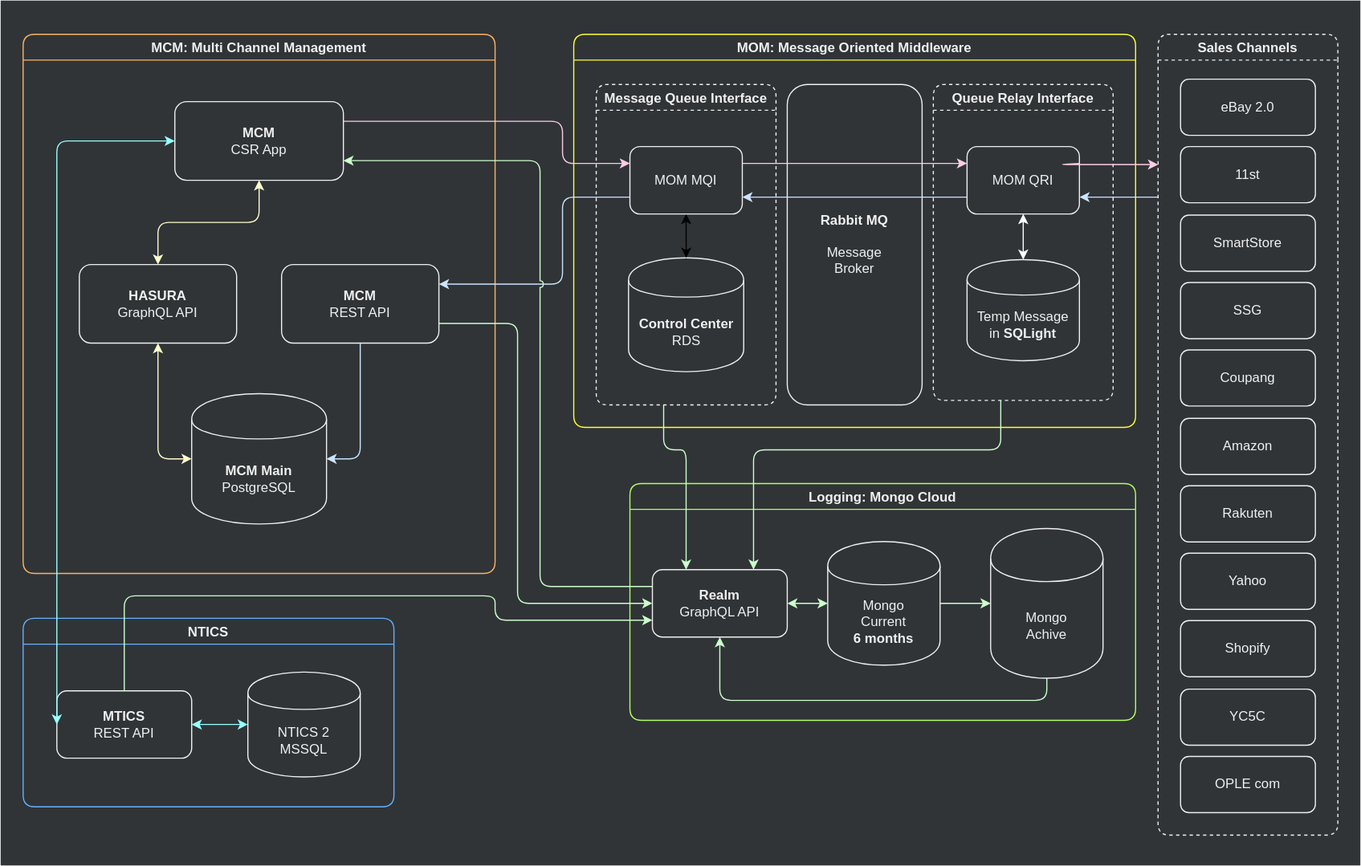
Earlier version of the draw.io export assets/.draw.io/documents/geclio2-mcm-service.svg (jiholee-ntwglobal/jiholee-ntwglobal.github.io). Source tidied: cells renumbered, new cells last; positions are measured from the earlier drawing's top-left corner, leaving out a move shared by most shapes.
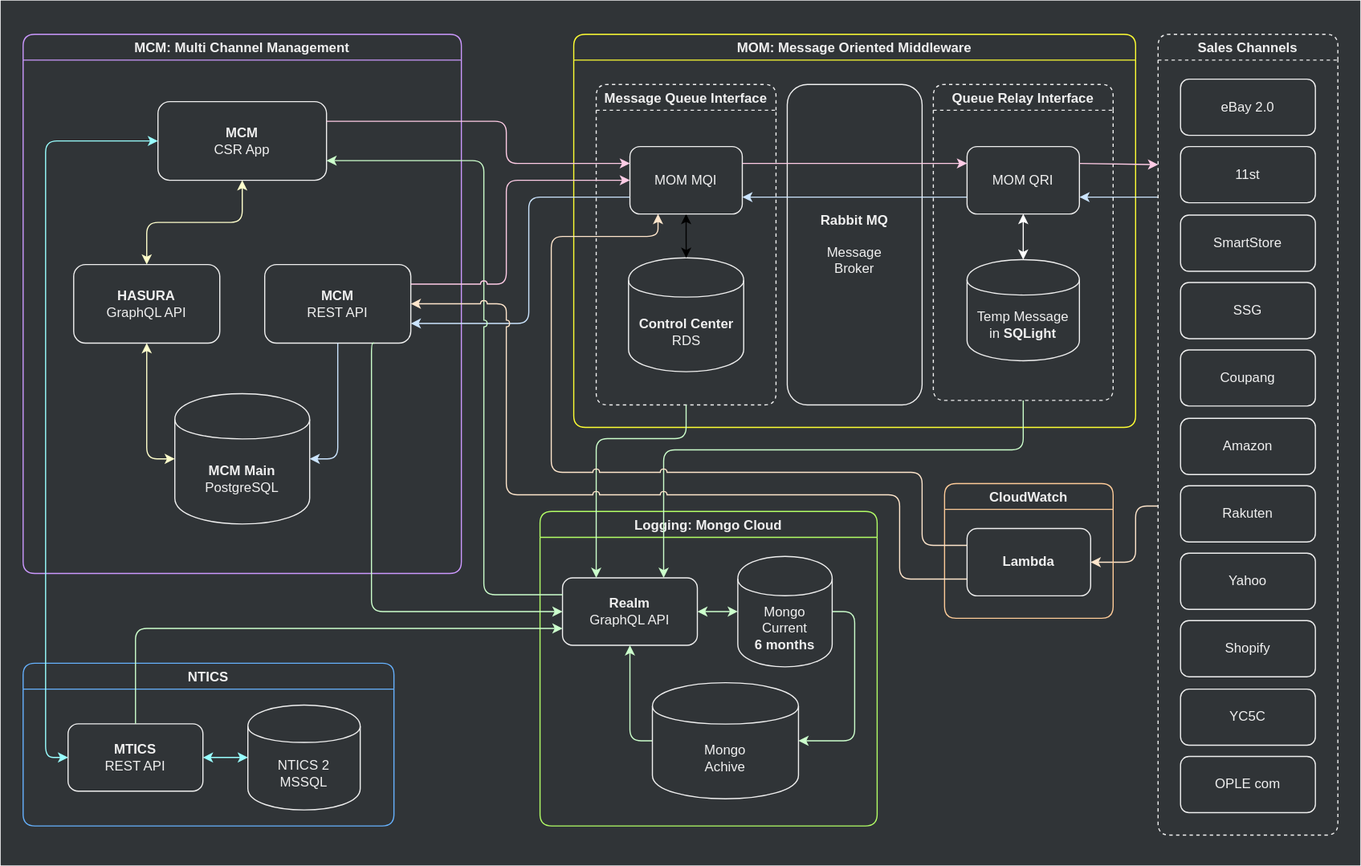
Above is the later version.

What changed in the source:
```diff
@@ -6,29 +6,29 @@
       <mxGeometry width="1210" height="770" as="geometry" />
     </mxCell>
     <mxCell id="3" value="Foreground" parent="0" />
-    <mxCell id="4" value="MCM: Multi Channel Management" style="swimlane;rounded=1;fillColor=none;fontColor=#F0F0F0;strokeColor=#FFB366;" parent="3" vertex="1">
-      <mxGeometry x="20" y="30" width="420" height="480" as="geometry" />
+    <mxCell id="4" value="MCM: Multi Channel Management" style="swimlane;rounded=1;fillColor=none;fontColor=#F0F0F0;strokeColor=#CC99FF;" parent="3" vertex="1">
+      <mxGeometry x="20" y="30" width="390" height="480" as="geometry" />
     </mxCell>
     <mxCell id="5" value="&lt;b&gt;MCM Main&lt;/b&gt;&lt;br&gt;PostgreSQL" style="shape=cylinder;whiteSpace=wrap;html=1;boundedLbl=1;backgroundOutline=1;fillColor=none;fontColor=#F0F0F0;strokeColor=#F0F0F0;" parent="4" vertex="1">
-      <mxGeometry x="150" y="320" width="120" height="116" as="geometry" />
+      <mxGeometry x="135" y="320" width="120" height="116" as="geometry" />
     </mxCell>
     <mxCell id="6" value="&lt;b&gt;MCM &lt;/b&gt;&lt;br&gt;REST API" style="rounded=1;whiteSpace=wrap;html=1;fillColor=none;fontColor=#F0F0F0;strokeColor=#F0F0F0;" parent="4" vertex="1">
-      <mxGeometry x="230" y="205" width="140" height="70" as="geometry" />
+      <mxGeometry x="215" y="205" width="130" height="70" as="geometry" />
     </mxCell>
     <mxCell id="7" style="edgeStyle=orthogonalEdgeStyle;rounded=1;jettySize=auto;html=1;entryX=0;entryY=0.5;entryDx=0;entryDy=0;strokeColor=#FFFFCC;startArrow=classic;startFill=1;jumpStyle=arc;exitX=0.5;exitY=1;exitDx=0;exitDy=0;" parent="4" edge="1" source="11" target="5">
       <mxGeometry relative="1" as="geometry">
         <Array as="points">
-          <mxPoint x="120" y="378" />
+          <mxPoint x="110" y="378" />
         </Array>
       </mxGeometry>
     </mxCell>
     <mxCell id="8" value="&lt;b&gt;MCM&lt;br&gt;&lt;/b&gt;CSR App" style="rounded=1;whiteSpace=wrap;html=1;fillColor=none;fontColor=#F0F0F0;strokeColor=#F0F0F0;" parent="4" vertex="1">
-      <mxGeometry x="135" y="60" width="150" height="70" as="geometry" />
+      <mxGeometry x="120" y="60" width="150" height="70" as="geometry" />
     </mxCell>
     <mxCell id="9" style="edgeStyle=orthogonalEdgeStyle;rounded=1;jettySize=auto;html=1;strokeColor=#CCE5FF;jumpStyle=arc;entryX=1;entryY=0.5;entryDx=0;entryDy=0;exitX=0.5;exitY=1;exitDx=0;exitDy=0;" parent="4" edge="1" source="6" target="5">
       <mxGeometry relative="1" as="geometry">
         <Array as="points">
-          <mxPoint x="300" y="378" />
+          <mxPoint x="280" y="378" />
         </Array>
       </mxGeometry>
     </mxCell>
@@ -36,7 +36,7 @@
       <mxGeometry relative="1" as="geometry" />
     </mxCell>
     <mxCell id="11" value="&lt;b&gt;HASURA&lt;/b&gt;&lt;br&gt;GraphQL API" style="rounded=1;whiteSpace=wrap;html=1;fillColor=none;fontColor=#F0F0F0;strokeColor=#F0F0F0;" parent="4" vertex="1">
-      <mxGeometry x="50" y="205" width="140" height="70" as="geometry" />
+      <mxGeometry x="45" y="205" width="130" height="70" as="geometry" />
     </mxCell>
     <mxCell id="12" value="MOM: Message Oriented Middleware" style="swimlane;rounded=1;fillColor=none;fontColor=#F0F0F0;strokeColor=#FFFF33;" parent="3" vertex="1">
       <mxGeometry x="510" y="30" width="500" height="350" as="geometry" />
@@ -80,36 +80,35 @@
       <mxGeometry relative="1" as="geometry" />
     </mxCell>
     <mxCell id="24" value="Logging: Mongo Cloud" style="swimlane;rounded=1;fillColor=none;fontColor=#F0F0F0;strokeColor=#B3FF66;" parent="3" vertex="1">
-      <mxGeometry x="560" y="430" width="450" height="210.8" as="geometry" />
+      <mxGeometry x="480" y="454.8" width="300" height="280" as="geometry" />
     </mxCell>
     <mxCell id="25" style="edgeStyle=orthogonalEdgeStyle;rounded=1;jettySize=auto;html=1;startArrow=classic;startFill=1;strokeColor=#CCFFCC;jumpStyle=arc;" parent="24" edge="1" source="26" target="28">
       <mxGeometry relative="1" as="geometry" />
     </mxCell>
     <mxCell id="26" value="&lt;b&gt;Realm&lt;/b&gt;&lt;br&gt;GraphQL API" style="rounded=1;whiteSpace=wrap;html=1;fillColor=none;fontColor=#F0F0F0;strokeColor=#F0F0F0;" parent="24" vertex="1">
-      <mxGeometry x="20" y="76.7" width="120" height="60" as="geometry" />
+      <mxGeometry x="20" y="59.2" width="120" height="60" as="geometry" />
     </mxCell>
-    <mxCell id="27" style="edgeStyle=orthogonalEdgeStyle;rounded=1;jettySize=auto;html=1;exitX=1;exitY=0.5;exitDx=0;exitDy=0;entryX=0;entryY=0.5;entryDx=0;entryDy=0;strokeColor=#CCFFCC;jumpStyle=arc;" parent="24" edge="1" source="28" target="30">
+    <mxCell id="27" style="edgeStyle=orthogonalEdgeStyle;rounded=1;jettySize=auto;html=1;exitX=1;exitY=0.5;exitDx=0;exitDy=0;entryX=1;entryY=0.5;entryDx=0;entryDy=0;strokeColor=#CCFFCC;jumpStyle=arc;" parent="24" edge="1" source="28" target="30">
       <mxGeometry relative="1" as="geometry" />
     </mxCell>
     <mxCell id="28" value="Mongo&lt;br&gt;Current&lt;br&gt;&lt;b&gt;6 months&lt;/b&gt;" style="shape=cylinder;whiteSpace=wrap;html=1;boundedLbl=1;backgroundOutline=1;fillColor=none;fontColor=#F0F0F0;strokeColor=#F0F0F0;" parent="24" vertex="1">
-      <mxGeometry x="176" y="51.7" width="100" height="110" as="geometry" />
+      <mxGeometry x="176" y="40" width="84" height="98.3" as="geometry" />
     </mxCell>
-    <mxCell id="29" style="edgeStyle=orthogonalEdgeStyle;rounded=1;jettySize=auto;html=1;entryX=0.5;entryY=1;entryDx=0;entryDy=0;startArrow=none;startFill=0;strokeColor=#CCFFCC;jumpStyle=arc;" parent="24" edge="1" source="30" target="26">
+    <mxCell id="29" style="edgeStyle=orthogonalEdgeStyle;rounded=1;jettySize=auto;html=1;entryX=0.5;entryY=1;entryDx=0;entryDy=0;startArrow=none;startFill=0;strokeColor=#CCFFCC;jumpStyle=arc;exitX=0;exitY=0.5;exitDx=0;exitDy=0;" parent="24" edge="1" source="30" target="26">
       <mxGeometry relative="1" as="geometry">
         <Array as="points">
-          <mxPoint x="371" y="193" />
-          <mxPoint x="80" y="193" />
+          <mxPoint x="80" y="204" />
         </Array>
       </mxGeometry>
     </mxCell>
     <mxCell id="30" value="Mongo&lt;br&gt;Achive" style="shape=cylinder;whiteSpace=wrap;html=1;boundedLbl=1;backgroundOutline=1;fillColor=none;fontColor=#F0F0F0;strokeColor=#F0F0F0;" parent="24" vertex="1">
-      <mxGeometry x="321" y="40" width="100" height="133.3" as="geometry" />
+      <mxGeometry x="100" y="152.5" width="130" height="103.3" as="geometry" />
     </mxCell>
-    <mxCell id="31" style="edgeStyle=orthogonalEdgeStyle;jettySize=auto;html=1;entryX=1;entryY=0.25;entryDx=0;entryDy=0;startArrow=none;startFill=0;strokeColor=#CCE5FF;exitX=0;exitY=0.75;exitDx=0;exitDy=0;rounded=1;jumpStyle=arc;" parent="3" edge="1" source="20" target="6">
+    <mxCell id="31" style="edgeStyle=orthogonalEdgeStyle;jettySize=auto;html=1;entryX=1;entryY=0.75;entryDx=0;entryDy=0;startArrow=none;startFill=0;strokeColor=#CCE5FF;exitX=0;exitY=0.75;exitDx=0;exitDy=0;rounded=1;jumpStyle=arc;" parent="3" edge="1" source="20" target="6">
       <mxGeometry relative="1" as="geometry">
         <Array as="points">
-          <mxPoint x="500" y="175" />
-          <mxPoint x="500" y="253" />
+          <mxPoint x="470" y="175" />
+          <mxPoint x="470" y="288" />
         </Array>
       </mxGeometry>
     </mxCell>
@@ -117,7 +116,7 @@
       <mxGeometry relative="1" as="geometry">
         <mxPoint x="1030" y="146" as="targetPoint" />
         <Array as="points">
-          <mxPoint x="940" y="146" />
+          <mxPoint x="960" y="146" />
         </Array>
       </mxGeometry>
     </mxCell>
@@ -126,6 +125,15 @@
         <mxPoint x="1030" y="175" as="sourcePoint" />
       </mxGeometry>
     </mxCell>
+    <mxCell id="57" style="edgeStyle=orthogonalEdgeStyle;rounded=1;jettySize=auto;html=1;entryX=1;entryY=0.5;entryDx=0;entryDy=0;startArrow=none;startFill=0;strokeColor=#FFE6CC;" parent="3" edge="1" target="59">
+      <mxGeometry relative="1" as="geometry">
+        <mxPoint x="1030" y="450" as="sourcePoint" />
+        <Array as="points">
+          <mxPoint x="1010" y="450" />
+          <mxPoint x="1010" y="500" />
+        </Array>
+      </mxGeometry>
+    </mxCell>
     <mxCell id="34" value="Sales Channels" style="swimlane;rounded=1;fillColor=none;fontColor=#F0F0F0;strokeColor=#F0F0F0;dashed=1;" parent="3" vertex="1">
       <mxGeometry x="1030" y="30" width="160" height="713" as="geometry" />
     </mxCell>
@@ -165,71 +173,104 @@
     <mxCell id="46" style="edgeStyle=orthogonalEdgeStyle;rounded=1;jettySize=auto;html=1;startArrow=none;startFill=0;exitX=1;exitY=0.25;exitDx=0;exitDy=0;strokeColor=#FFCCE6;entryX=0;entryY=0.25;entryDx=0;entryDy=0;jumpStyle=arc;" parent="3" edge="1" source="8" target="20">
       <mxGeometry relative="1" as="geometry">
         <Array as="points">
-          <mxPoint x="500" y="108" />
-          <mxPoint x="500" y="145" />
+          <mxPoint x="450" y="108" />
+          <mxPoint x="450" y="145" />
         </Array>
       </mxGeometry>
     </mxCell>
-    <mxCell id="47" style="edgeStyle=orthogonalEdgeStyle;rounded=1;jettySize=auto;html=1;startArrow=classic;startFill=1;strokeColor=#CCFFCC;exitX=0;exitY=0.5;exitDx=0;exitDy=0;endArrow=none;endFill=0;jumpStyle=arc;entryX=1;entryY=0.75;entryDx=0;entryDy=0;" parent="3" edge="1" source="26" target="6">
+    <mxCell id="47" style="edgeStyle=orthogonalEdgeStyle;rounded=1;jettySize=auto;html=1;startArrow=classic;startFill=1;strokeColor=#CCFFCC;exitX=0;exitY=0.5;exitDx=0;exitDy=0;endArrow=none;endFill=0;jumpStyle=arc;entryX=0.75;entryY=1;entryDx=0;entryDy=0;" parent="3" edge="1" source="26" target="6">
       <mxGeometry relative="1" as="geometry">
         <Array as="points">
-          <mxPoint x="460" y="537" />
-          <mxPoint x="460" y="288" />
+          <mxPoint x="330" y="544" />
+          <mxPoint x="330" y="305" />
         </Array>
       </mxGeometry>
     </mxCell>
     <mxCell id="48" style="edgeStyle=orthogonalEdgeStyle;rounded=1;jettySize=auto;html=1;startArrow=classic;startFill=1;strokeColor=#CCFFCC;exitX=1;exitY=0.75;exitDx=0;exitDy=0;endArrow=none;endFill=0;jumpStyle=arc;entryX=0;entryY=0.25;entryDx=0;entryDy=0;" parent="3" edge="1" source="8" target="26">
       <mxGeometry relative="1" as="geometry">
         <Array as="points">
-          <mxPoint x="480" y="143" />
-          <mxPoint x="480" y="522" />
+          <mxPoint x="430" y="143" />
+          <mxPoint x="430" y="529" />
         </Array>
       </mxGeometry>
     </mxCell>
-    <mxCell id="49" style="edgeStyle=orthogonalEdgeStyle;rounded=1;jettySize=auto;html=1;entryX=0.25;entryY=0;entryDx=0;entryDy=0;startArrow=none;startFill=0;strokeColor=#CCFFCC;" parent="3" edge="1" source="17" target="26">
+    <mxCell id="49" style="edgeStyle=orthogonalEdgeStyle;rounded=1;jettySize=auto;html=1;entryX=0.25;entryY=0;entryDx=0;entryDy=0;startArrow=none;startFill=0;strokeColor=#CCFFCC;exitX=0.5;exitY=1;exitDx=0;exitDy=0;jumpStyle=arc;" parent="3" edge="1" source="17" target="26">
       <mxGeometry relative="1" as="geometry">
         <Array as="points">
-          <mxPoint x="590" y="400" />
-          <mxPoint x="610" y="400" />
+          <mxPoint x="610" y="390" />
+          <mxPoint x="530" y="390" />
         </Array>
       </mxGeometry>
     </mxCell>
-    <mxCell id="50" style="edgeStyle=orthogonalEdgeStyle;rounded=1;jettySize=auto;html=1;entryX=0.75;entryY=0;entryDx=0;entryDy=0;startArrow=none;startFill=0;strokeColor=#CCFFCC;" parent="3" edge="1" source="13" target="26">
+    <mxCell id="50" style="edgeStyle=orthogonalEdgeStyle;rounded=1;jettySize=auto;html=1;entryX=0.75;entryY=0;entryDx=0;entryDy=0;startArrow=none;startFill=0;strokeColor=#CCFFCC;exitX=0.5;exitY=1;exitDx=0;exitDy=0;jumpStyle=arc;" parent="3" edge="1" source="13" target="26">
       <mxGeometry relative="1" as="geometry">
         <Array as="points">
-          <mxPoint x="890" y="400" />
-          <mxPoint x="670" y="400" />
+          <mxPoint x="910" y="400" />
+          <mxPoint x="590" y="400" />
         </Array>
       </mxGeometry>
     </mxCell>
     <mxCell id="51" value="NTICS" style="swimlane;rounded=1;fillColor=none;fontColor=#F0F0F0;strokeColor=#66B2FF;" parent="3" vertex="1">
-      <mxGeometry x="20" y="550" width="330" height="167.8" as="geometry" />
+      <mxGeometry x="20" y="590" width="330" height="144.8" as="geometry" />
     </mxCell>
     <mxCell id="52" style="edgeStyle=orthogonalEdgeStyle;rounded=1;jettySize=auto;html=1;entryX=0;entryY=0.5;entryDx=0;entryDy=0;startArrow=classic;startFill=1;strokeColor=#99FFFF;" parent="51" edge="1" source="53" target="54">
       <mxGeometry relative="1" as="geometry" />
     </mxCell>
     <mxCell id="53" value="&lt;b&gt;MTICS&lt;/b&gt;&lt;br&gt;REST API" style="rounded=1;whiteSpace=wrap;html=1;fillColor=none;fontColor=#F0F0F0;strokeColor=#F0F0F0;" parent="51" vertex="1">
-      <mxGeometry x="30" y="64.5" width="120" height="60" as="geometry" />
+      <mxGeometry x="40" y="53.9" width="120" height="60" as="geometry" />
     </mxCell>
     <mxCell id="54" value="NTICS 2&lt;br&gt;MSSQL" style="shape=cylinder;whiteSpace=wrap;html=1;boundedLbl=1;backgroundOutline=1;fillColor=none;fontColor=#F0F0F0;strokeColor=#F0F0F0;" parent="51" vertex="1">
-      <mxGeometry x="200" y="47.8" width="100" height="93.3" as="geometry" />
+      <mxGeometry x="200" y="37.2" width="100" height="93.3" as="geometry" />
     </mxCell>
     <mxCell id="55" style="edgeStyle=orthogonalEdgeStyle;rounded=1;jettySize=auto;html=1;entryX=0;entryY=0.5;entryDx=0;entryDy=0;startArrow=classic;startFill=1;strokeColor=#99FFFF;" parent="3" edge="1" source="8" target="53">
       <mxGeometry relative="1" as="geometry">
         <Array as="points">
-          <mxPoint x="50" y="125" />
-          <mxPoint x="50" y="645" />
+          <mxPoint x="40" y="125" />
+          <mxPoint x="40" y="674" />
         </Array>
       </mxGeometry>
     </mxCell>
     <mxCell id="56" style="edgeStyle=orthogonalEdgeStyle;rounded=1;jettySize=auto;html=1;startArrow=classic;startFill=1;strokeColor=#CCFFCC;exitX=0;exitY=0.75;exitDx=0;exitDy=0;endArrow=none;endFill=0;jumpStyle=arc;entryX=0.5;entryY=0;entryDx=0;entryDy=0;" parent="3" edge="1" source="26" target="53">
       <mxGeometry relative="1" as="geometry">
         <Array as="points">
-          <mxPoint x="440" y="552" />
-          <mxPoint x="440" y="530" />
-          <mxPoint x="110" y="530" />
+          <mxPoint x="120" y="559" />
         </Array>
       </mxGeometry>
     </mxCell>
+    <mxCell id="58" value="CloudWatch" style="swimlane;rounded=1;fillColor=none;fontColor=#F0F0F0;strokeColor=#FFCC99;" parent="3" vertex="1">
+      <mxGeometry x="840" y="430" width="150" height="120" as="geometry" />
+    </mxCell>
+    <mxCell id="59" value="&lt;b&gt;Lambda&lt;/b&gt;" style="rounded=1;whiteSpace=wrap;html=1;fillColor=none;fontColor=#F0F0F0;strokeColor=#F0F0F0;" parent="58" vertex="1">
+      <mxGeometry x="20" y="40" width="110" height="60" as="geometry" />
+    </mxCell>
+    <mxCell id="60" style="edgeStyle=orthogonalEdgeStyle;rounded=1;jettySize=auto;html=1;entryX=1;entryY=0.5;entryDx=0;entryDy=0;startArrow=none;startFill=0;strokeColor=#FFE6CC;exitX=0;exitY=0.75;exitDx=0;exitDy=0;jumpStyle=arc;" parent="3" edge="1" source="59" target="6">
+      <mxGeometry relative="1" as="geometry">
+        <Array as="points">
+          <mxPoint x="800" y="515" />
+          <mxPoint x="800" y="440" />
+          <mxPoint x="450" y="440" />
+          <mxPoint x="450" y="270" />
+        </Array>
+      </mxGeometry>
+    </mxCell>
+    <mxCell id="61" style="edgeStyle=orthogonalEdgeStyle;rounded=1;jettySize=auto;html=1;startArrow=none;startFill=0;exitX=1;exitY=0.25;exitDx=0;exitDy=0;strokeColor=#FFCCE6;entryX=0;entryY=0.5;entryDx=0;entryDy=0;jumpStyle=arc;" parent="3" edge="1" source="6" target="20">
+      <mxGeometry relative="1" as="geometry">
+        <Array as="points">
+          <mxPoint x="450" y="253" />
+          <mxPoint x="450" y="160" />
+        </Array>
+      </mxGeometry>
+    </mxCell>
+    <mxCell id="62" style="edgeStyle=orthogonalEdgeStyle;rounded=1;jettySize=auto;html=1;entryX=0.25;entryY=1;entryDx=0;entryDy=0;startArrow=none;startFill=0;strokeColor=#FFE6CC;exitX=0;exitY=0.25;exitDx=0;exitDy=0;jumpStyle=arc;" parent="3" edge="1" source="59" target="20">
+      <mxGeometry relative="1" as="geometry">
+        <Array as="points">
+          <mxPoint x="820" y="485" />
+          <mxPoint x="820" y="420" />
+          <mxPoint x="490" y="420" />
+          <mxPoint x="490" y="210" />
+          <mxPoint x="585" y="210" />
+        </Array>
+      </mxGeometry>
+    </mxCell>
   </root>
 </mxGraphModel>
```
